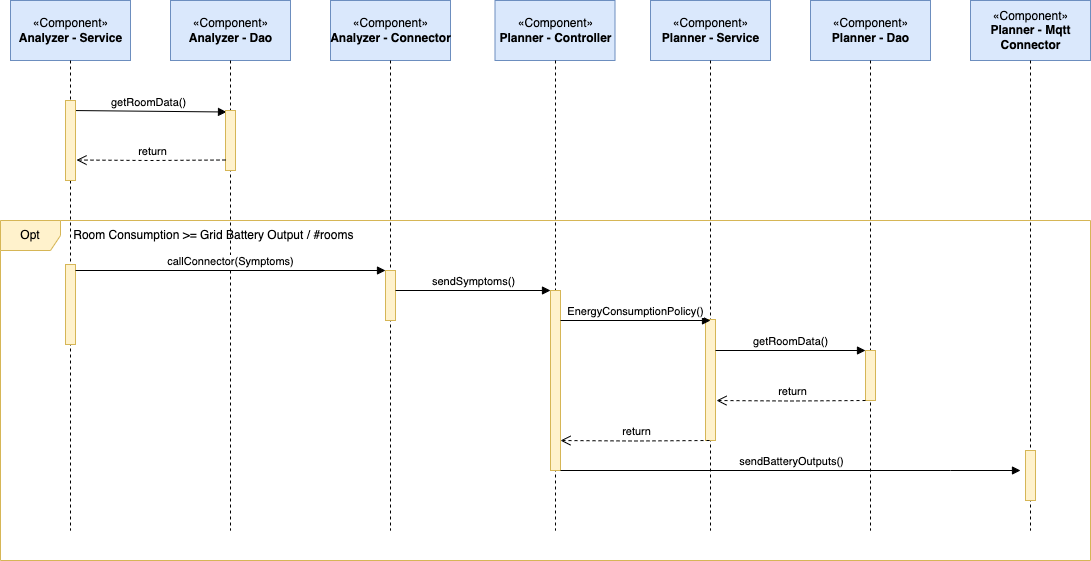
Earlier version of the draw.io export Documentation/Images/figure3.png (GianlucaRea/autonomous-cwspace). Source tidied: cells renumbered, new cells last; positions are measured from the earlier drawing's top-left corner, leaving out a move shared by most shapes.
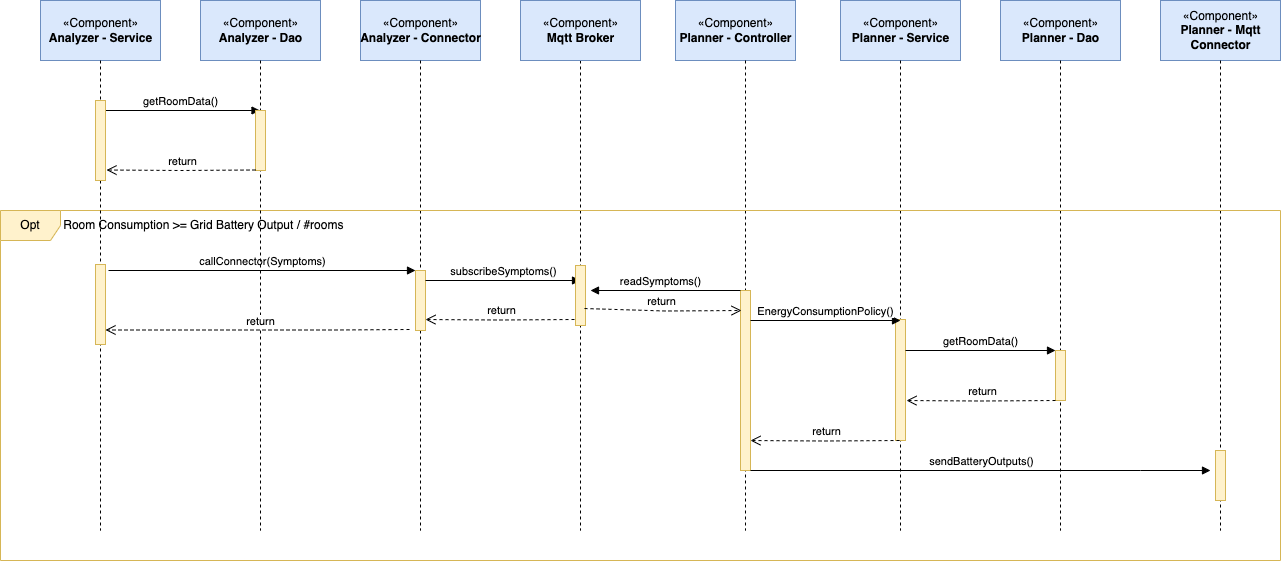
Above is the later version.

Change to the diagram source:
```diff
@@ -3,16 +3,16 @@
     <mxCell id="0" />
     <mxCell id="1" parent="0" />
     <mxCell id="2" value="«Component»&lt;br&gt;&lt;b&gt;Analyzer - Service&lt;/b&gt;" style="html=1;fillColor=#dae8fc;strokeColor=#6c8ebf;" parent="1" vertex="1">
-      <mxGeometry x="10" width="120" height="60" as="geometry" />
+      <mxGeometry x="-150" width="120" height="60" as="geometry" />
     </mxCell>
     <mxCell id="3" value="«Component»&lt;br&gt;&lt;b&gt;Analyzer - Dao&lt;/b&gt;" style="html=1;fillColor=#dae8fc;strokeColor=#6c8ebf;" parent="1" vertex="1">
-      <mxGeometry x="170" width="120" height="60" as="geometry" />
+      <mxGeometry x="10" width="120" height="60" as="geometry" />
     </mxCell>
-    <mxCell id="4" value="«Component»&lt;br&gt;&lt;b&gt;Analyzer - Connector&lt;/b&gt;" style="html=1;fillColor=#dae8fc;strokeColor=#6c8ebf;" parent="1" vertex="1">
-      <mxGeometry x="330" width="120" height="60" as="geometry" />
+    <mxCell id="4" value="«Component»&lt;br style=&quot;border-color: var(--border-color);&quot;&gt;&lt;b style=&quot;border-color: var(--border-color);&quot;&gt;Analyzer - Connector&lt;/b&gt;" style="html=1;fillColor=#dae8fc;strokeColor=#6c8ebf;" parent="1" vertex="1">
+      <mxGeometry x="170" width="120" height="60" as="geometry" />
     </mxCell>
     <mxCell id="5" value="«Component»&lt;br&gt;&lt;b&gt;Planner - Controller&lt;/b&gt;" style="html=1;fillColor=#dae8fc;strokeColor=#6c8ebf;" parent="1" vertex="1">
-      <mxGeometry x="494.5" width="120" height="60" as="geometry" />
+      <mxGeometry x="485" width="120" height="60" as="geometry" />
     </mxCell>
     <mxCell id="6" value="«Component»&lt;br&gt;&lt;b&gt;Planner - Service&lt;/b&gt;" style="html=1;fillColor=#dae8fc;strokeColor=#6c8ebf;" parent="1" vertex="1">
       <mxGeometry x="650" width="120" height="60" as="geometry" />
@@ -23,23 +23,9 @@
     <mxCell id="8" value="«Component»&lt;br&gt;&lt;b&gt;Planner - Mqtt&lt;br&gt;Connector&lt;br&gt;&lt;/b&gt;" style="html=1;fillColor=#dae8fc;strokeColor=#6c8ebf;" parent="1" vertex="1">
       <mxGeometry x="970" width="120" height="60" as="geometry" />
     </mxCell>
-    <mxCell id="9" style="shape=umlLifeline;perimeter=lifelinePerimeter;whiteSpace=wrap;html=1;outlineConnect=0;size=0;" parent="1" vertex="1">
-      <mxGeometry x="20" y="60" width="100" height="470" as="geometry" />
-    </mxCell>
-    <mxCell id="10" value="getRoomData()" style="html=1;verticalAlign=bottom;endArrow=block;rounded=0;entryX=0.1;entryY=0.025;entryDx=0;entryDy=0;entryPerimeter=0;" parent="9" edge="1" target="13">
-      <mxGeometry relative="1" as="geometry">
-        <mxPoint x="50" y="50" as="sourcePoint" />
-      </mxGeometry>
-    </mxCell>
-    <mxCell id="11" style="html=1;points=[];perimeter=orthogonalPerimeter;fillColor=#fff2cc;strokeColor=#d6b656;" parent="9" vertex="1">
-      <mxGeometry x="45" y="40" width="10" height="80" as="geometry" />
-    </mxCell>
     <mxCell id="12" style="shape=umlLifeline;perimeter=lifelinePerimeter;whiteSpace=wrap;html=1;size=0;" parent="1" vertex="1">
       <mxGeometry x="180" y="60" width="100" height="470" as="geometry" />
     </mxCell>
-    <mxCell id="13" style="html=1;points=[];perimeter=orthogonalPerimeter;fillColor=#fff2cc;strokeColor=#d6b656;" parent="12" vertex="1">
-      <mxGeometry x="45" y="50" width="10" height="60" as="geometry" />
-    </mxCell>
     <mxCell id="14" style="shape=umlLifeline;perimeter=lifelinePerimeter;whiteSpace=wrap;html=1;size=0;" parent="1" vertex="1">
       <mxGeometry x="340" y="60" width="100" height="470" as="geometry" />
     </mxCell>
@@ -55,38 +41,25 @@
     <mxCell id="18" style="shape=umlLifeline;perimeter=lifelinePerimeter;whiteSpace=wrap;html=1;size=0;" parent="1" vertex="1">
       <mxGeometry x="980" y="60" width="100" height="470" as="geometry" />
     </mxCell>
-    <mxCell id="19" value="return" style="html=1;verticalAlign=bottom;endArrow=open;dashed=1;endSize=8;rounded=0;exitX=0;exitY=0.825;exitDx=0;exitDy=0;exitPerimeter=0;entryX=1.1;entryY=0.744;entryDx=0;entryDy=0;entryPerimeter=0;" parent="1" edge="1" source="13" target="11">
-      <mxGeometry x="-0.01" relative="1" as="geometry">
-        <Array as="points">
-          <mxPoint x="150" y="160" />
-        </Array>
-        <mxPoint x="1" as="offset" />
-      </mxGeometry>
-    </mxCell>
     <mxCell id="20" value="Opt" style="shape=umlFrame;whiteSpace=wrap;html=1;fillColor=#fff2cc;strokeColor=#d6b656;" parent="1" vertex="1">
-      <mxGeometry y="220" width="1090" height="340" as="geometry" />
+      <mxGeometry x="-190" y="210" width="1280" height="350" as="geometry" />
     </mxCell>
     <mxCell id="21" value="Room Consumption &amp;gt;= Grid Battery Output / #rooms&amp;nbsp;" style="text;html=1;strokeColor=none;fillColor=none;align=center;verticalAlign=middle;whiteSpace=wrap;rounded=0;" parent="1" vertex="1">
-      <mxGeometry x="70" y="220" width="290" height="30" as="geometry" />
+      <mxGeometry x="-130" y="210" width="290" height="30" as="geometry" />
     </mxCell>
-    <mxCell id="22" style="html=1;points=[];perimeter=orthogonalPerimeter;fillColor=#fff2cc;strokeColor=#d6b656;" parent="1" vertex="1">
-      <mxGeometry x="65" y="264" width="10" height="80" as="geometry" />
-    </mxCell>
-    <mxCell id="23" value="callConnector(Symptoms)" style="html=1;verticalAlign=bottom;endArrow=block;rounded=0;" parent="1" edge="1" target="24">
-      <mxGeometry relative="1" as="geometry">
-        <mxPoint x="75" y="270" as="sourcePoint" />
-      </mxGeometry>
+    <mxCell id="23" value="callConnector(Symptoms)" style="html=1;verticalAlign=bottom;endArrow=block;rounded=0;exitX=1.3;exitY=0.075;exitDx=0;exitDy=0;exitPerimeter=0;" parent="1" edge="1" source="22" target="24">
+      <mxGeometry relative="1" as="geometry" />
     </mxCell>
     <mxCell id="24" style="html=1;points=[];perimeter=orthogonalPerimeter;fillColor=#fff2cc;strokeColor=#d6b656;" parent="1" vertex="1">
-      <mxGeometry x="385" y="270" width="10" height="50" as="geometry" />
+      <mxGeometry x="225" y="270" width="10" height="60" as="geometry" />
     </mxCell>
     <mxCell id="25" style="html=1;points=[];perimeter=orthogonalPerimeter;fillColor=#fff2cc;strokeColor=#d6b656;" parent="1" vertex="1">
       <mxGeometry x="550" y="290" width="10" height="180" as="geometry" />
     </mxCell>
-    <mxCell id="26" value="sendSymptoms()" style="html=1;verticalAlign=bottom;endArrow=block;rounded=0;" parent="1" edge="1">
+    <mxCell id="26" value="subscribeSymptoms()" style="html=1;verticalAlign=bottom;endArrow=block;rounded=0;" parent="1" edge="1">
       <mxGeometry x="0.01" relative="1" as="geometry">
-        <mxPoint x="395" y="290" as="sourcePoint" />
-        <mxPoint x="550" y="290" as="targetPoint" />
+        <mxPoint x="235" y="280" as="sourcePoint" />
+        <mxPoint x="390" y="280" as="targetPoint" />
       </mxGeometry>
     </mxCell>
     <mxCell id="27" style="html=1;perimeter=orthogonalPerimeter;fillColor=#fff2cc;strokeColor=#d6b656;" parent="1" vertex="1">
@@ -139,5 +112,69 @@
     <mxCell id="34" style="html=1;perimeter=orthogonalPerimeter;fillColor=#fff2cc;strokeColor=#d6b656;" parent="1" vertex="1">
       <mxGeometry x="1025" y="450" width="10" height="50" as="geometry" />
     </mxCell>
+    <mxCell id="35" value="«Component»&lt;br style=&quot;border-color: var(--border-color);&quot;&gt;&lt;b style=&quot;border-color: var(--border-color);&quot;&gt;Mqtt Broker&lt;/b&gt;" style="html=1;fillColor=#dae8fc;strokeColor=#6c8ebf;" parent="1" vertex="1">
+      <mxGeometry x="330" width="120" height="60" as="geometry" />
+    </mxCell>
+    <mxCell id="36" style="shape=umlLifeline;perimeter=lifelinePerimeter;whiteSpace=wrap;html=1;size=0;" parent="1" vertex="1">
+      <mxGeometry x="-140" y="60" width="100" height="470" as="geometry" />
+    </mxCell>
+    <mxCell id="10" value="getRoomData()" style="html=1;verticalAlign=bottom;endArrow=block;rounded=0;" parent="36" edge="1" target="9">
+      <mxGeometry relative="1" as="geometry">
+        <mxPoint x="50" y="50" as="sourcePoint" />
+      </mxGeometry>
+    </mxCell>
+    <mxCell id="11" style="html=1;points=[];perimeter=orthogonalPerimeter;fillColor=#fff2cc;strokeColor=#d6b656;" parent="36" vertex="1">
+      <mxGeometry x="45" y="40" width="10" height="80" as="geometry" />
+    </mxCell>
+    <mxCell id="22" style="html=1;points=[];perimeter=orthogonalPerimeter;fillColor=#fff2cc;strokeColor=#d6b656;" parent="36" vertex="1">
+      <mxGeometry x="45" y="204" width="10" height="80" as="geometry" />
+    </mxCell>
+    <mxCell id="9" style="shape=umlLifeline;perimeter=lifelinePerimeter;whiteSpace=wrap;html=1;outlineConnect=0;size=0;" parent="1" vertex="1">
+      <mxGeometry x="20" y="60" width="100" height="470" as="geometry" />
+    </mxCell>
+    <mxCell id="13" style="html=1;points=[];perimeter=orthogonalPerimeter;fillColor=#fff2cc;strokeColor=#d6b656;" parent="9" vertex="1">
+      <mxGeometry x="45" y="50" width="10" height="60" as="geometry" />
+    </mxCell>
+    <mxCell id="37" value="return" style="html=1;verticalAlign=bottom;endArrow=open;dashed=1;endSize=8;rounded=0;exitX=0;exitY=0.825;exitDx=0;exitDy=0;exitPerimeter=0;entryX=1.1;entryY=0.744;entryDx=0;entryDy=0;entryPerimeter=0;" parent="1" edge="1">
+      <mxGeometry x="-0.02" relative="1" as="geometry">
+        <mxPoint x="65" y="169.5" as="sourcePoint" />
+        <mxPoint x="-84" y="169.5" as="targetPoint" />
+        <Array as="points">
+          <mxPoint x="-10" y="170" />
+        </Array>
+      </mxGeometry>
+    </mxCell>
+    <mxCell id="38" value="return" style="html=1;verticalAlign=bottom;endArrow=open;dashed=1;endSize=8;rounded=0;exitX=0;exitY=0.825;exitDx=0;exitDy=0;exitPerimeter=0;entryX=1.1;entryY=0.744;entryDx=0;entryDy=0;entryPerimeter=0;" parent="1" edge="1">
+      <mxGeometry x="-0.02" relative="1" as="geometry">
+        <mxPoint x="384" y="319" as="sourcePoint" />
+        <mxPoint x="235" y="319" as="targetPoint" />
+        <Array as="points">
+          <mxPoint x="309" y="319.5" />
+        </Array>
+      </mxGeometry>
+    </mxCell>
+    <mxCell id="39" value="return" style="html=1;verticalAlign=bottom;endArrow=open;dashed=1;endSize=8;rounded=0;exitX=0;exitY=0.825;exitDx=0;exitDy=0;exitPerimeter=0;" parent="1" edge="1" target="22">
+      <mxGeometry x="-0.02" relative="1" as="geometry">
+        <mxPoint x="219" y="329" as="sourcePoint" />
+        <Array as="points">
+          <mxPoint x="144" y="329.5" />
+        </Array>
+      </mxGeometry>
+    </mxCell>
+    <mxCell id="40" style="html=1;points=[];perimeter=orthogonalPerimeter;fillColor=#fff2cc;strokeColor=#d6b656;" parent="1" vertex="1">
+      <mxGeometry x="385" y="265" width="10" height="60" as="geometry" />
+    </mxCell>
+    <mxCell id="41" value="readSymptoms()" style="html=1;verticalAlign=bottom;endArrow=block;rounded=0;" parent="1" edge="1" source="25">
+      <mxGeometry x="0.07" relative="1" as="geometry">
+        <mxPoint x="400" y="290" as="targetPoint" />
+      </mxGeometry>
+    </mxCell>
+    <mxCell id="42" value="return" style="html=1;verticalAlign=bottom;endArrow=open;dashed=1;endSize=8;rounded=0;exitX=0.9;exitY=0.717;exitDx=0;exitDy=0;exitPerimeter=0;entryX=0.1;entryY=0.111;entryDx=0;entryDy=0;entryPerimeter=0;" parent="1" edge="1" source="40" target="25">
+      <mxGeometry x="-0.02" relative="1" as="geometry">
+        <Array as="points">
+          <mxPoint x="475" y="310.5" />
+        </Array>
+      </mxGeometry>
+    </mxCell>
   </root>
 </mxGraphModel>
```
